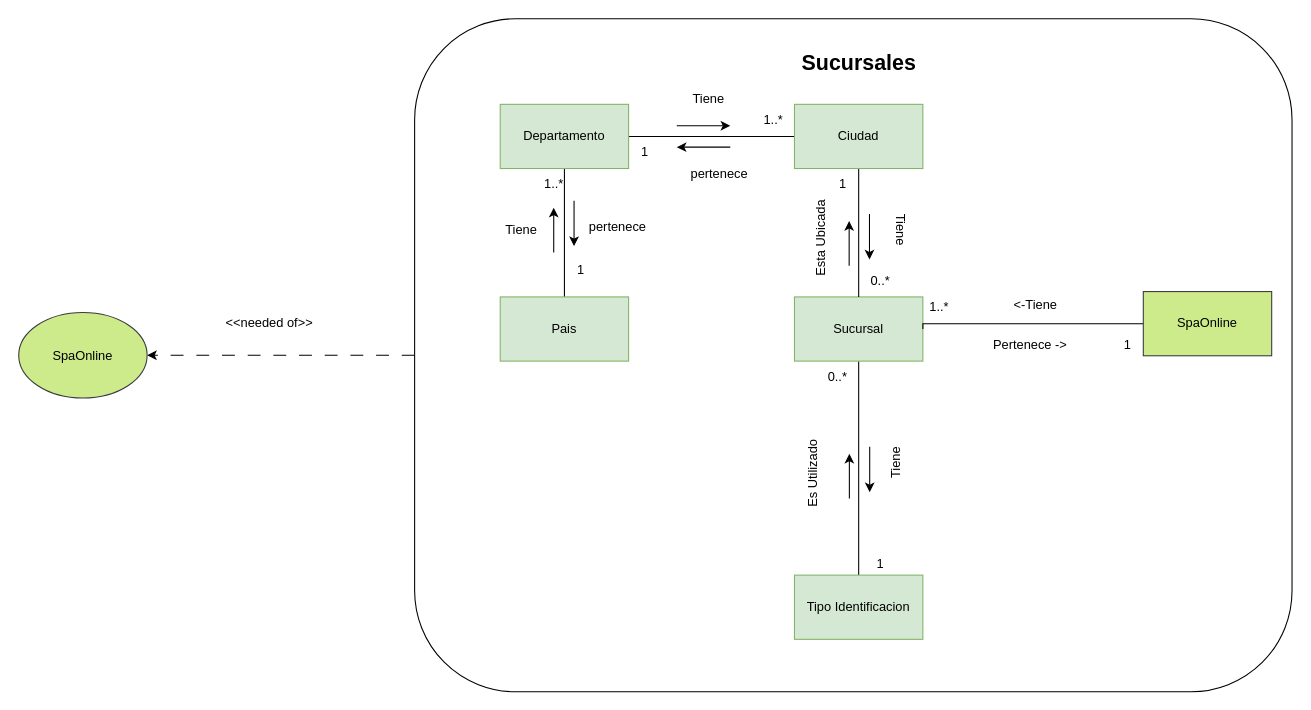
cristianospina/DOO keeps this draw.io diagram as page "4.4 Sucursales-ModeloDominioAcotado" (7 of 12) of SpaOnline/ModeloDominioSpa.drawio. Above is the earlier version. Source tidied: cells renumbered, new cells numbered last; positions are measured from the earlier drawing's top-left corner, leaving out a move shared by most shapes. Both pictures are drawn from the tidied source at 107%, with x=0, y=0 at pixel (18, 18).
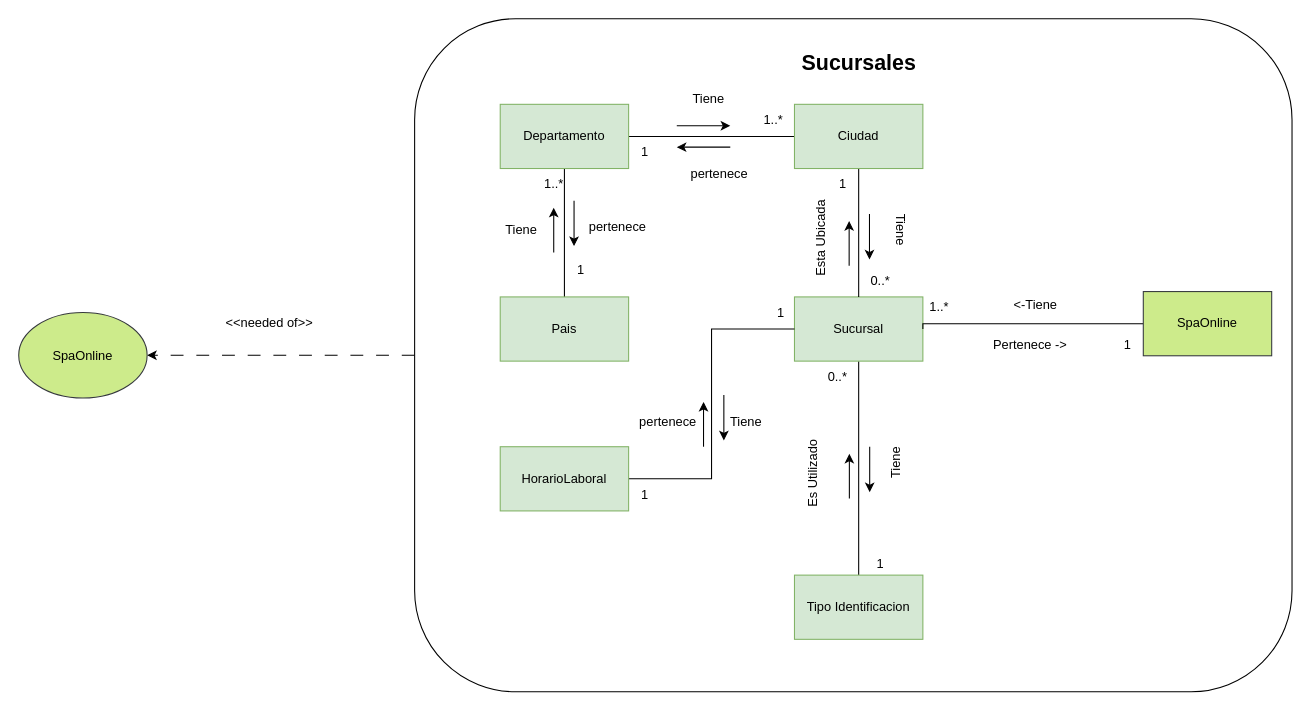
The same page after the edit.

The change refers to these unchanged cells:
```xml
<mxCell id="5" value="Sucursal" style="rounded=0;whiteSpace=wrap;html=1;fillColor=#d5e8d4;strokeColor=#82b366;" parent="1" vertex="1">
  <mxGeometry x="725" y="260" width="120" height="60" as="geometry" />
</mxCell>
```

Diff of the diagram source:
```diff
@@
+    <mxCell id="46" style="edgeStyle=orthogonalEdgeStyle;rounded=0;jettySize=auto;html=1;entryX=0;entryY=0.5;entryDx=0;entryDy=0;endArrow=none;endFill=0;" parent="1" edge="1" source="47" target="5">
+      <mxGeometry relative="1" as="geometry" />
+    </mxCell>
+    <mxCell id="47" value="HorarioLaboral" style="rounded=0;whiteSpace=wrap;html=1;fillColor=#d5e8d4;strokeColor=#82b366;" parent="1" vertex="1">
+      <mxGeometry x="450" y="400" width="120" height="60" as="geometry" />
+    </mxCell>
+    <mxCell id="48" value="Tiene" style="text;html=1;align=center;verticalAlign=middle;whiteSpace=wrap;rounded=0;" parent="1" vertex="1">
+      <mxGeometry x="650" y="361.6" width="60" height="30" as="geometry" />
+    </mxCell>
+    <mxCell id="49" style="endArrow=classic;html=1;rounded=0;" parent="1" edge="1">
+      <mxGeometry relative="1" as="geometry">
+        <mxPoint x="659" y="351.6" as="sourcePoint" />
+        <mxPoint x="659" y="394.1" as="targetPoint" />
+      </mxGeometry>
+    </mxCell>
+    <mxCell id="50" style="endArrow=classic;html=1;rounded=0;" parent="1" edge="1">
+      <mxGeometry relative="1" as="geometry">
+        <mxPoint x="640" y="400" as="sourcePoint" />
+        <mxPoint x="640" y="358.1" as="targetPoint" />
+      </mxGeometry>
+    </mxCell>
+    <mxCell id="51" value="pertenece" style="text;html=1;align=center;verticalAlign=middle;whiteSpace=wrap;rounded=0;" parent="1" vertex="1">
+      <mxGeometry x="577" y="361.6" width="60" height="30" as="geometry" />
+    </mxCell>
+    <mxCell id="52" value="1" style="text;html=1;align=center;verticalAlign=middle;strokeColor=none;fillColor=none;" parent="1" vertex="1">
+      <mxGeometry x="570" y="430" width="30" height="30" as="geometry" />
+    </mxCell>
+    <mxCell id="53" value="1" style="text;html=1;align=center;verticalAlign=middle;strokeColor=none;fillColor=none;" parent="1" vertex="1">
+      <mxGeometry x="697" y="260" width="30" height="30" as="geometry" />
+    </mxCell>
```
